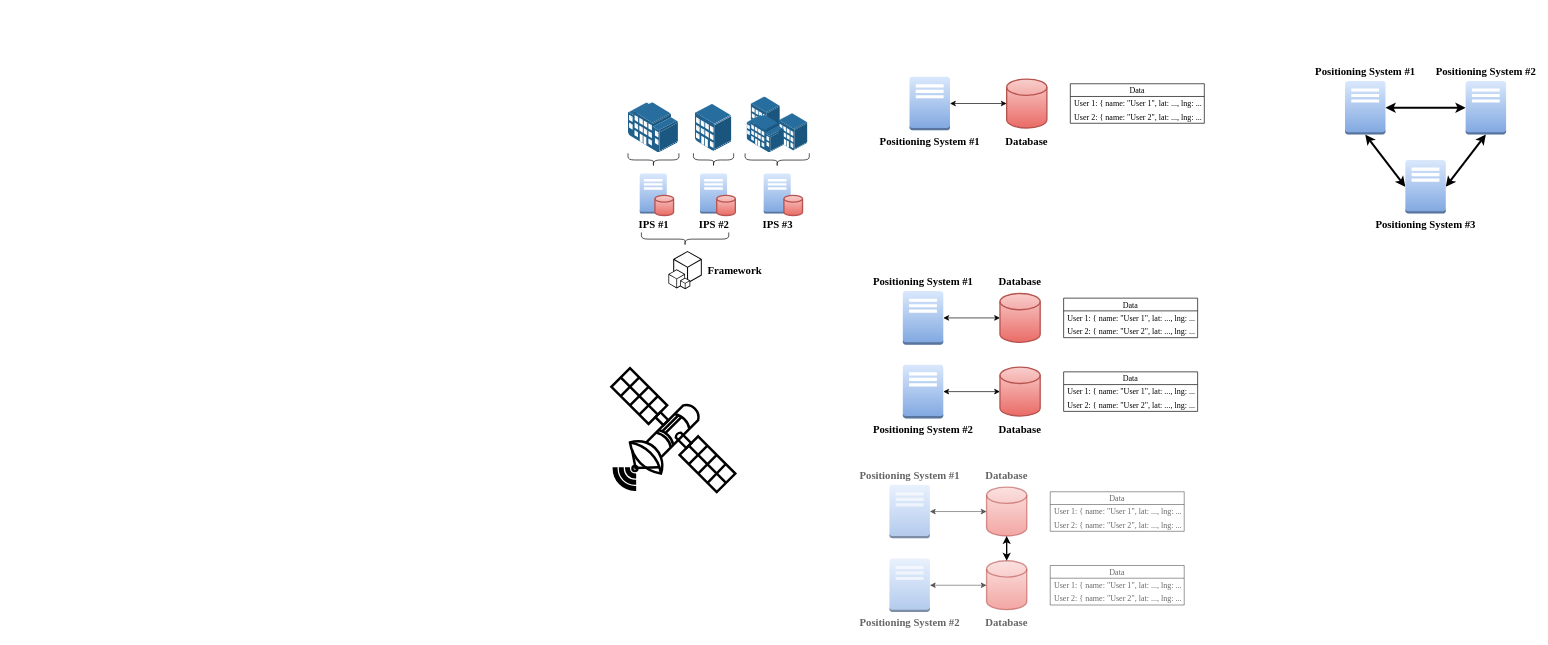
This is page "Page-10" (8 of 9) of docs/media/images/solid.drawio from OpenHPS/openhps-solid, a draw.io file, before an edit. Source tidied: cells renumbered, new cells numbered last; positions are measured from the earlier drawing's top-left corner, leaving out a move shared by most shapes. Both pictures are drawn from the tidied source at 67%, with x=0, y=0 at pixel (611, 76).
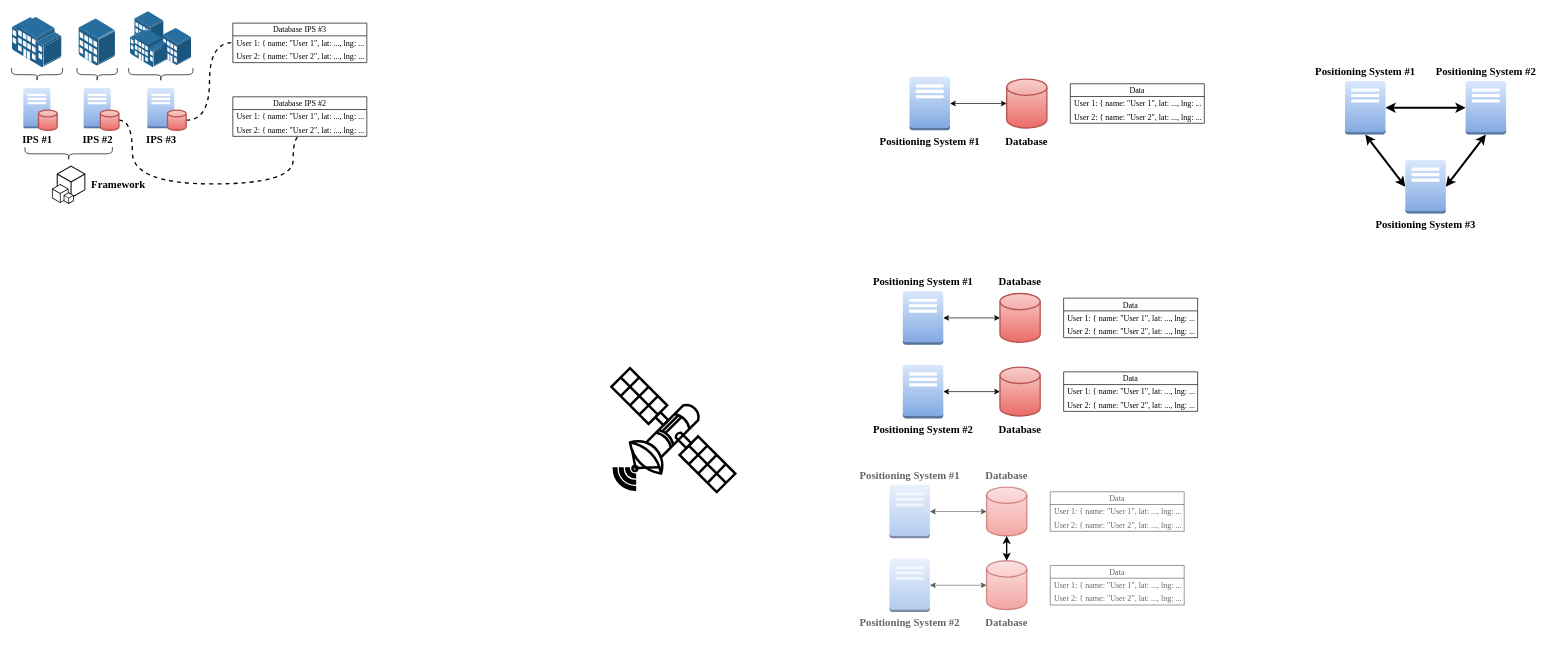
The same diagram, later.

Diff of the diagram source:
```diff
@@
     <mxCell id="2" style="html=1;align=center;shadow=0;dashed=0;image;image=img/lib/allied_telesis/buildings/Large_Building.svg;" parent="1" vertex="1">
-      <mxGeometry x="25" y="38.5" width="75" height="75" as="geometry" />
+      <mxGeometry x="-895" y="-88.8" width="75" height="75" as="geometry" />
     </mxCell>
     <mxCell id="3" style="html=1;align=center;shadow=0;dashed=0;image;image=img/lib/allied_telesis/buildings/Medium_Business_Building.svg;" parent="1" vertex="1">
-      <mxGeometry x="125" y="40.9" width="54.6" height="70.2" as="geometry" />
+      <mxGeometry x="-795" y="-86.4" width="54.6" height="70.2" as="geometry" />
     </mxCell>
     <mxCell id="4" style="html=1;align=center;shadow=0;dashed=0;image;image=img/lib/allied_telesis/buildings/Building_Cluster.svg;" parent="1" vertex="1">
-      <mxGeometry x="201.9" y="30" width="91.2" height="83.5" as="geometry" />
+      <mxGeometry x="-718.1" y="-97.3" width="91.2" height="83.5" as="geometry" />
     </mxCell>
     <mxCell id="5" value="&lt;b&gt;IPS #2&lt;br&gt;&lt;/b&gt;" style="dashed=0;verticalLabelPosition=bottom;verticalAlign=top;align=center;html=1;shape=mxgraph.aws3.traditional_server;fillColor=#dae8fc;gradientColor=#7ea6e0;fontFamily=Garamond;fontSize=16;strokeColor=#6c8ebf;labelPosition=center;" parent="1" vertex="1">
-      <mxGeometry x="132.3" y="144.3" width="40.4" height="60" as="geometry" />
+      <mxGeometry x="-787.7" y="17" width="40.4" height="60" as="geometry" />
     </mxCell>
     <mxCell id="6" style="shape=curlyBracket;whiteSpace=wrap;html=1;rounded=1;flipH=1;rotation=90;" parent="1" vertex="1">
-      <mxGeometry x="142.5" y="94.3" width="20" height="60" as="geometry" />
+      <mxGeometry x="-777.5" y="-33" width="20" height="60" as="geometry" />
     </mxCell>
     <mxCell id="7" value="&lt;b&gt;IPS #3&lt;br&gt;&lt;/b&gt;" style="dashed=0;verticalLabelPosition=bottom;verticalAlign=top;align=center;html=1;shape=mxgraph.aws3.traditional_server;fillColor=#dae8fc;gradientColor=#7ea6e0;fontFamily=Garamond;fontSize=16;strokeColor=#6c8ebf;labelPosition=center;" parent="1" vertex="1">
-      <mxGeometry x="227.3" y="144.3" width="40.4" height="60" as="geometry" />
+      <mxGeometry x="-692.7" y="17" width="40.4" height="60" as="geometry" />
     </mxCell>
     <mxCell id="8" style="shape=curlyBracket;whiteSpace=wrap;html=1;rounded=1;flipH=1;rotation=90;" parent="1" vertex="1">
-      <mxGeometry x="237.5" y="76.5" width="20" height="95.8" as="geometry" />
+      <mxGeometry x="-682.5" y="-50.8" width="20" height="95.8" as="geometry" />
     </mxCell>
     <mxCell id="9" value="&lt;b&gt;IPS #1&lt;br&gt;&lt;/b&gt;" style="dashed=0;verticalLabelPosition=bottom;verticalAlign=top;align=center;html=1;shape=mxgraph.aws3.traditional_server;fillColor=#dae8fc;gradientColor=#7ea6e0;fontFamily=Garamond;fontSize=16;strokeColor=#6c8ebf;labelPosition=center;" parent="1" vertex="1">
-      <mxGeometry x="42.3" y="144.3" width="40.4" height="60" as="geometry" />
+      <mxGeometry x="-877.7" y="17" width="40.4" height="60" as="geometry" />
     </mxCell>
     <mxCell id="10" style="shape=curlyBracket;whiteSpace=wrap;html=1;rounded=1;flipH=1;rotation=90;" parent="1" vertex="1">
-      <mxGeometry x="52.8" y="86.3" width="20" height="76" as="geometry" />
+      <mxGeometry x="-867.2" y="-41" width="20" height="76" as="geometry" />
     </mxCell>
     <mxCell id="11" style="shape=curlyBracket;whiteSpace=wrap;html=1;rounded=1;flipH=1;rotation=90;" parent="1" vertex="1">
-      <mxGeometry x="100" y="177.2" width="20" height="130.4" as="geometry" />
+      <mxGeometry x="-820" y="49.9" width="20" height="130.4" as="geometry" />
     </mxCell>
     <mxCell id="12" value="Framework" style="dashed=0;verticalLabelPosition=middle;verticalAlign=middle;align=left;html=1;shape=mxgraph.aws3.cli;fillColor=#0D0D0D;gradientColor=none;fontFamily=Garamond;fontSize=16;fontStyle=1;labelPosition=right;spacingLeft=7;" parent="1" vertex="1">
-      <mxGeometry x="85.1" y="260" width="49.9" height="57.2" as="geometry" />
+      <mxGeometry x="-835" y="132.7" width="49.9" height="57.2" as="geometry" />
     </mxCell>
@@
     <mxCell id="14" style="strokeWidth=2;html=1;shape=mxgraph.flowchart.database;whiteSpace=wrap;fontFamily=Garamond;fontSize=16;fillColor=#f8cecc;gradientColor=#ea6b66;strokeColor=#b85450;" parent="1" vertex="1">
-      <mxGeometry x="65" y="177.2" width="27.8" height="30" as="geometry" />
+      <mxGeometry x="-855" y="49.9" width="27.8" height="30" as="geometry" />
     </mxCell>
+    <mxCell id="62" style="edgeStyle=orthogonalEdgeStyle;rounded=0;jettySize=auto;html=1;exitX=1;exitY=0.5;exitDx=0;exitDy=0;exitPerimeter=0;dashed=1;strokeWidth=2;endArrow=none;endFill=0;curved=1;" parent="1" edge="1" source="15">
+      <mxGeometry relative="1" as="geometry">
+        <mxPoint x="-465" y="89" as="targetPoint" />
+        <Array as="points">
+          <mxPoint x="-715" y="65" />
+          <mxPoint x="-715" y="160" />
+          <mxPoint x="-475" y="160" />
+          <mxPoint x="-475" y="89" />
+        </Array>
+      </mxGeometry>
+    </mxCell>
     <mxCell id="15" style="strokeWidth=2;html=1;shape=mxgraph.flowchart.database;whiteSpace=wrap;fontFamily=Garamond;fontSize=16;fillColor=#f8cecc;gradientColor=#ea6b66;strokeColor=#b85450;" parent="1" vertex="1">
-      <mxGeometry x="157.2" y="177.2" width="27.8" height="30" as="geometry" />
+      <mxGeometry x="-762.8" y="49.9" width="27.8" height="30" as="geometry" />
     </mxCell>
+    <mxCell id="63" style="edgeStyle=orthogonalEdgeStyle;curved=1;rounded=0;jettySize=auto;html=1;exitX=1;exitY=0.5;exitDx=0;exitDy=0;exitPerimeter=0;entryX=0;entryY=0.5;entryDx=0;entryDy=0;dashed=1;endArrow=none;endFill=0;strokeWidth=2;" parent="1" edge="1" source="16" target="68">
+      <mxGeometry relative="1" as="geometry" />
+    </mxCell>
     <mxCell id="16" style="strokeWidth=2;html=1;shape=mxgraph.flowchart.database;whiteSpace=wrap;fontFamily=Garamond;fontSize=16;fillColor=#f8cecc;gradientColor=#ea6b66;strokeColor=#b85450;" parent="1" vertex="1">
-      <mxGeometry x="257.5" y="177.2" width="27.8" height="30" as="geometry" />
+      <mxGeometry x="-662.5" y="49.9" width="27.8" height="30" as="geometry" />
     </mxCell>
@@
+    <mxCell id="64" value="Database IPS #2" style="swimlane;fontStyle=0;horizontal=1;startSize=19;fontFamily=Garamond;fontSize=12;" parent="1" vertex="1">
+      <mxGeometry x="-565" y="30" width="200" height="59" as="geometry" />
+    </mxCell>
+    <mxCell id="65" value="User 1: { name: &quot;User 1&quot;, lat: ..., lng: ...}" style="text;strokeColor=none;fillColor=none;align=left;verticalAlign=middle;spacingLeft=4;spacingRight=4;overflow=hidden;fontFamily=Garamond;fontSize=12;" parent="64" vertex="1">
+      <mxGeometry y="19" width="200" height="20" as="geometry" />
+    </mxCell>
+    <mxCell id="66" value="User 2: { name: &quot;User 2&quot;, lat: ..., lng: ...}" style="text;strokeColor=none;fillColor=none;align=left;verticalAlign=middle;spacingLeft=4;spacingRight=4;overflow=hidden;fontFamily=Garamond;fontSize=12;" parent="64" vertex="1">
+      <mxGeometry y="39" width="200" height="20" as="geometry" />
+    </mxCell>
+    <mxCell id="67" value="Database IPS #3" style="swimlane;fontStyle=0;horizontal=1;startSize=19;fontFamily=Garamond;fontSize=12;" parent="1" vertex="1">
+      <mxGeometry x="-565" y="-80" width="200" height="59" as="geometry" />
+    </mxCell>
+    <mxCell id="68" value="User 1: { name: &quot;User 1&quot;, lat: ..., lng: ...}" style="text;strokeColor=none;fillColor=none;align=left;verticalAlign=middle;spacingLeft=4;spacingRight=4;overflow=hidden;points=[[0,0.5],[1,0.5]];portConstraint=eastwest;fontFamily=Garamond;fontSize=12;" parent="67" vertex="1">
+      <mxGeometry y="19" width="200" height="20" as="geometry" />
+    </mxCell>
+    <mxCell id="69" value="User 2: { name: &quot;User 2&quot;, lat: ..., lng: ...}" style="text;strokeColor=none;fillColor=none;align=left;verticalAlign=middle;spacingLeft=4;spacingRight=4;overflow=hidden;fontFamily=Garamond;fontSize=12;" parent="67" vertex="1">
+      <mxGeometry y="39" width="200" height="20" as="geometry" />
+    </mxCell>
```
